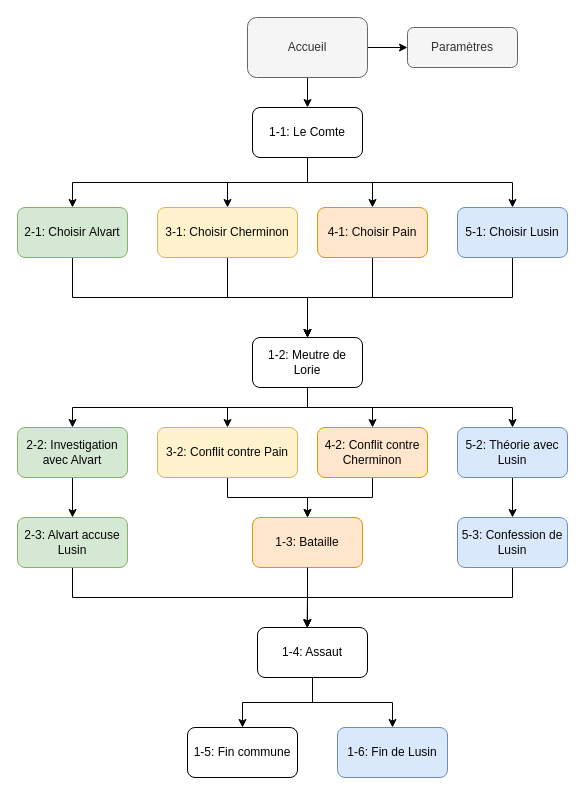
Earlier version of the draw.io diagram arborescence/soucou3.drawio (Mitemi/soucou3). Source tidied: cells renumbered, new cells numbered last; positions are measured from the earlier drawing's top-left corner, leaving out a move shared by most shapes. Both pictures are drawn from the tidied source at 100%, with x=0, y=0 at pixel (17, 17).
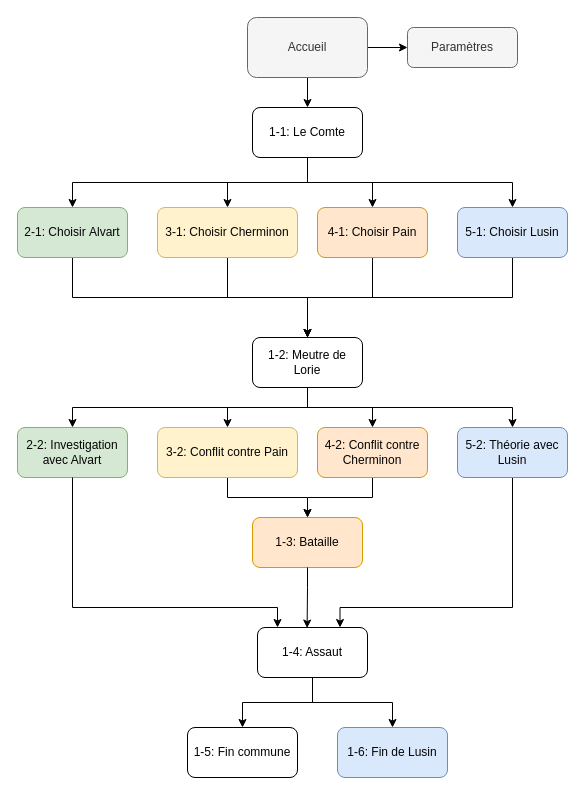
The same page after the edit.

The change refers to these unchanged cells:
```xml
<mxCell id="32" value="1-3: Bataille" style="rounded=1;whiteSpace=wrap;html=1;fillColor=#ffe6cc;strokeColor=#d79b00;fontColor=#050505;" parent="1" vertex="1">
  <mxGeometry x="235" y="500" width="110" height="50" as="geometry" />
</mxCell>
<mxCell id="34" value="5-2: Théorie avec Lusin" style="rounded=1;whiteSpace=wrap;html=1;fillColor=#dae8fc;strokeColor=#6c8ebf;fontColor=#050505;" parent="1" vertex="1">
  <mxGeometry x="440" y="410" width="110" height="50" as="geometry" />
</mxCell>
<mxCell id="36" value="2-2: Investigation avec Alvart" style="rounded=1;whiteSpace=wrap;html=1;fillColor=#d5e8d4;strokeColor=#82b366;fontColor=#050505;" parent="1" vertex="1">
  <mxGeometry y="410" width="110" height="50" as="geometry" />
</mxCell>
<mxCell id="43" value="1-4: Assaut" style="rounded=1;whiteSpace=wrap;html=1;" parent="1" vertex="1">
  <mxGeometry x="240" y="610" width="110" height="50" as="geometry" />
</mxCell>
```

What changed in the source:
```diff
@@
-    <mxCell id="19" style="edgeStyle=orthogonalEdgeStyle;rounded=0;orthogonalLoop=1;jettySize=auto;html=1;exitX=0.5;exitY=1;exitDx=0;exitDy=0;entryX=0.5;entryY=0;entryDx=0;entryDy=0;" parent="1" edge="1">
-      <mxGeometry relative="1" as="geometry">
-        <mxPoint x="55" y="410" as="targetPoint" />
-      </mxGeometry>
-    </mxCell>
-    <mxCell id="20" style="edgeStyle=orthogonalEdgeStyle;rounded=0;orthogonalLoop=1;jettySize=auto;html=1;exitX=0.5;exitY=1;exitDx=0;exitDy=0;entryX=0.5;entryY=0;entryDx=0;entryDy=0;" parent="1" edge="1">
-      <mxGeometry relative="1" as="geometry">
-        <mxPoint x="210" y="390" as="sourcePoint" />
-      </mxGeometry>
-    </mxCell>
-    <mxCell id="21" style="edgeStyle=orthogonalEdgeStyle;rounded=0;orthogonalLoop=1;jettySize=auto;html=1;exitX=0.5;exitY=1;exitDx=0;exitDy=0;entryX=0.5;entryY=0;entryDx=0;entryDy=0;" parent="1" edge="1">
-      <mxGeometry relative="1" as="geometry">
-        <mxPoint x="355" y="390" as="sourcePoint" />
-      </mxGeometry>
-    </mxCell>
-    <mxCell id="22" style="edgeStyle=orthogonalEdgeStyle;rounded=0;orthogonalLoop=1;jettySize=auto;html=1;exitX=0.5;exitY=1;exitDx=0;exitDy=0;" parent="1" edge="1">
-      <mxGeometry relative="1" as="geometry">
-        <mxPoint x="495" y="390" as="sourcePoint" />
-      </mxGeometry>
-    </mxCell>
+    <mxCell id="47" style="edgeStyle=orthogonalEdgeStyle;rounded=0;orthogonalLoop=1;jettySize=auto;html=1;exitX=0.5;exitY=1;exitDx=0;exitDy=0;entryX=0.5;entryY=0;entryDx=0;entryDy=0;" parent="1" edge="1">
+      <mxGeometry relative="1" as="geometry">
+        <mxPoint x="55" y="410" as="targetPoint" />
+      </mxGeometry>
+    </mxCell>
+    <mxCell id="48" style="edgeStyle=orthogonalEdgeStyle;rounded=0;orthogonalLoop=1;jettySize=auto;html=1;exitX=0.5;exitY=1;exitDx=0;exitDy=0;entryX=0.5;entryY=0;entryDx=0;entryDy=0;" parent="1" edge="1">
+      <mxGeometry relative="1" as="geometry">
+        <mxPoint x="210" y="390" as="sourcePoint" />
+      </mxGeometry>
+    </mxCell>
+    <mxCell id="49" style="edgeStyle=orthogonalEdgeStyle;rounded=0;orthogonalLoop=1;jettySize=auto;html=1;exitX=0.5;exitY=1;exitDx=0;exitDy=0;entryX=0.5;entryY=0;entryDx=0;entryDy=0;" parent="1" edge="1">
+      <mxGeometry relative="1" as="geometry">
+        <mxPoint x="355" y="390" as="sourcePoint" />
+      </mxGeometry>
+    </mxCell>
+    <mxCell id="50" style="edgeStyle=orthogonalEdgeStyle;rounded=0;orthogonalLoop=1;jettySize=auto;html=1;exitX=0.5;exitY=1;exitDx=0;exitDy=0;" parent="1" edge="1">
+      <mxGeometry relative="1" as="geometry">
+        <mxPoint x="495" y="390" as="sourcePoint" />
+      </mxGeometry>
+    </mxCell>
@@
-    <mxCell id="33" style="edgeStyle=orthogonalEdgeStyle;rounded=0;jettySize=auto;html=1;exitX=0.5;exitY=1;exitDx=0;exitDy=0;entryX=0.5;entryY=0;entryDx=0;entryDy=0;" parent="1" edge="1" source="34" target="40">
-      <mxGeometry relative="1" as="geometry" />
-    </mxCell>
+    <mxCell id="51" style="edgeStyle=orthogonalEdgeStyle;rounded=0;jettySize=auto;html=1;exitX=0.5;exitY=1;exitDx=0;exitDy=0;entryX=0.75;entryY=0;entryDx=0;entryDy=0;" parent="1" edge="1" source="34" target="43">
+      <mxGeometry relative="1" as="geometry">
+        <Array as="points">
+          <mxPoint x="495" y="590" />
+          <mxPoint x="322" y="590" />
+        </Array>
+      </mxGeometry>
+    </mxCell>
@@
-    <mxCell id="35" style="edgeStyle=orthogonalEdgeStyle;rounded=0;jettySize=auto;html=1;exitX=0.5;exitY=1;exitDx=0;exitDy=0;entryX=0.5;entryY=0;entryDx=0;entryDy=0;" parent="1" edge="1" source="36" target="38">
-      <mxGeometry relative="1" as="geometry" />
-    </mxCell>
@@
-    <mxCell id="37" style="edgeStyle=orthogonalEdgeStyle;rounded=0;jettySize=auto;html=1;exitX=0.5;exitY=1;exitDx=0;exitDy=0;" parent="1" edge="1" source="38" target="43">
-      <mxGeometry relative="1" as="geometry">
-        <Array as="points">
-          <mxPoint x="55" y="580" />
-          <mxPoint x="290" y="580" />
-        </Array>
-      </mxGeometry>
-    </mxCell>
-    <mxCell id="38" value="2-3: Alvart accuse Lusin" style="rounded=1;whiteSpace=wrap;html=1;fillColor=#d5e8d4;strokeColor=#82b366;fontColor=#050505;" parent="1" vertex="1">
-      <mxGeometry y="500" width="110" height="50" as="geometry" />
-    </mxCell>
-    <mxCell id="39" style="edgeStyle=orthogonalEdgeStyle;rounded=0;jettySize=auto;html=1;exitX=0.5;exitY=1;exitDx=0;exitDy=0;" parent="1" edge="1" source="40" target="43">
-      <mxGeometry relative="1" as="geometry">
-        <Array as="points">
-          <mxPoint x="495" y="580" />
-          <mxPoint x="290" y="580" />
-        </Array>
-      </mxGeometry>
-    </mxCell>
-    <mxCell id="40" value="5-3: Confession de Lusin" style="rounded=1;whiteSpace=wrap;html=1;fillColor=#dae8fc;strokeColor=#6c8ebf;fontColor=#050505;" parent="1" vertex="1">
-      <mxGeometry x="440" y="500" width="110" height="50" as="geometry" />
-    </mxCell>
@@
     <mxCell id="46" style="edgeStyle=orthogonalEdgeStyle;rounded=0;jettySize=auto;html=1;exitX=0.5;exitY=1;exitDx=0;exitDy=0;entryX=0.451;entryY=0.011;entryDx=0;entryDy=0;entryPerimeter=0;" parent="1" edge="1" source="32" target="43">
-      <mxGeometry relative="1" as="geometry" />
+      <mxGeometry relative="1" as="geometry">
+        <Array as="points">
+          <mxPoint x="290" y="570" />
+          <mxPoint x="290" y="570" />
+        </Array>
+      </mxGeometry>
     </mxCell>
+    <mxCell id="52" style="edgeStyle=orthogonalEdgeStyle;rounded=0;jettySize=auto;html=1;exitX=0.5;exitY=1;exitDx=0;exitDy=0;entryX=0.182;entryY=0;entryDx=0;entryDy=0;entryPerimeter=0;" parent="1" edge="1" source="36" target="43">
+      <mxGeometry relative="1" as="geometry">
+        <Array as="points">
+          <mxPoint x="55" y="590" />
+          <mxPoint x="260" y="590" />
+        </Array>
+      </mxGeometry>
+    </mxCell>
```
